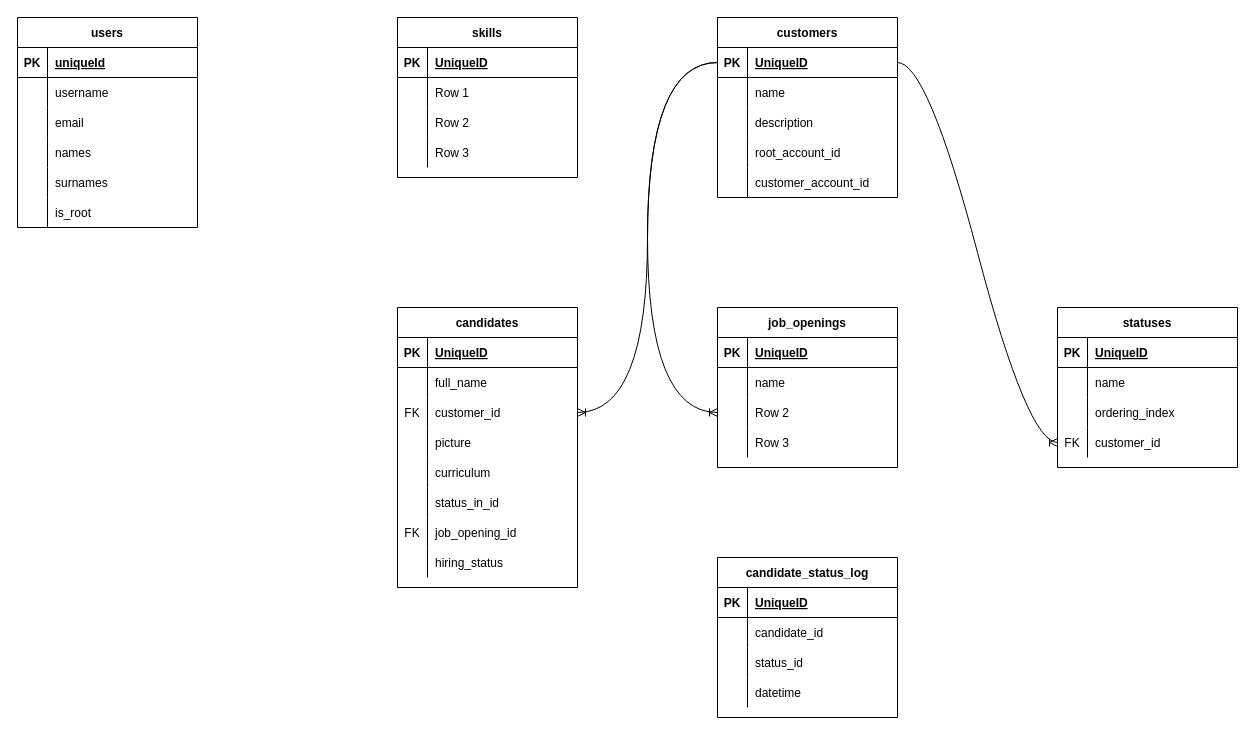
Above: Data Structure.drawio in choucoder/multi-tenant-ats (draw.io), before the change. Source tidied: cells renumbered, new cells numbered last; positions are measured from the earlier drawing's top-left corner, leaving out a move shared by most shapes. Both pictures are drawn from the tidied source at 100%, with x=0, y=0 at pixel (17, 17).
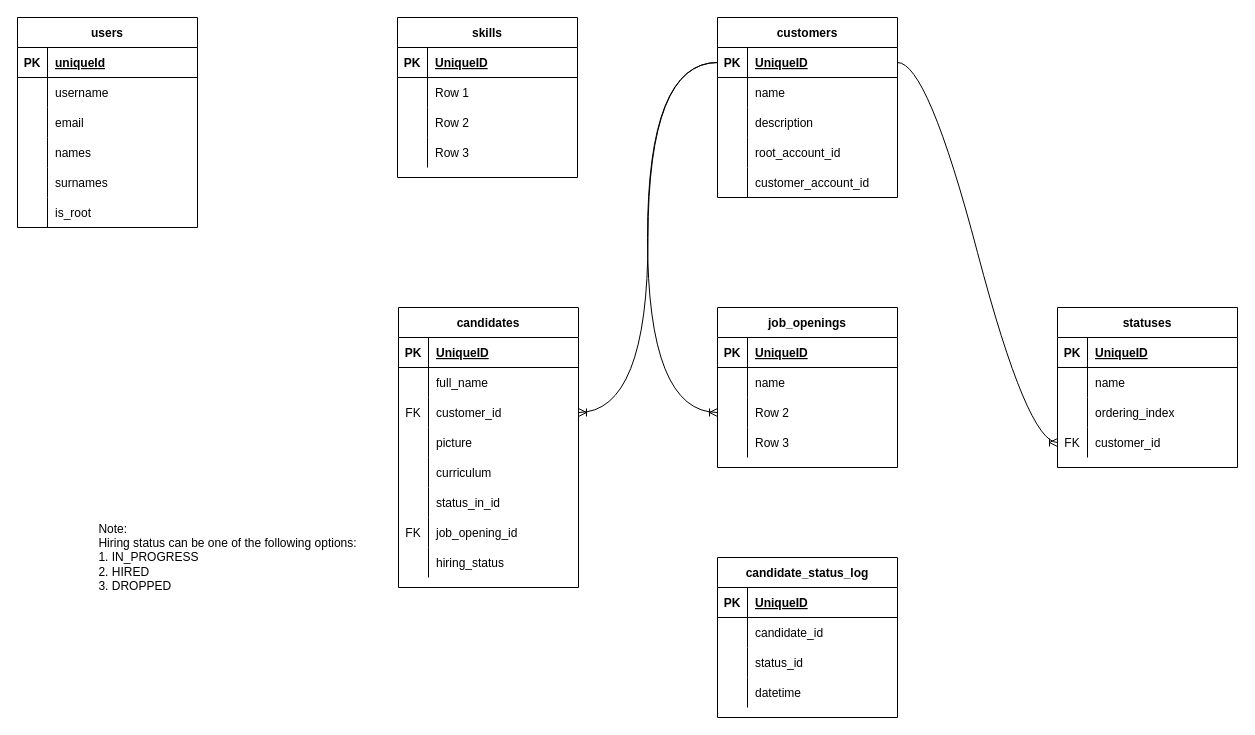
Above is the later version.

Diff of the diagram source:
```diff
@@
     <mxCell id="21" value="candidates" style="shape=table;startSize=30;childLayout=tableLayout;rowLines=0;fontStyle=1;align=center;" parent="1" vertex="1">
-      <mxGeometry x="380" y="290" width="180" height="280" as="geometry" />
+      <mxGeometry x="381" y="290" width="180" height="280" as="geometry" />
     </mxCell>
@@
+    <mxCell id="117" value="&lt;div style=&quot;text-align: left;&quot;&gt;&lt;span style=&quot;background-color: initial;&quot;&gt;Note:&lt;/span&gt;&lt;/div&gt;&lt;div style=&quot;text-align: left;&quot;&gt;&lt;span style=&quot;background-color: initial;&quot;&gt;Hiring status can be one of the following options:&lt;/span&gt;&lt;/div&gt;&lt;div style=&quot;text-align: left;&quot;&gt;&lt;span style=&quot;background-color: initial;&quot;&gt;1. IN_PROGRESS&lt;/span&gt;&lt;/div&gt;&lt;div style=&quot;text-align: left;&quot;&gt;&lt;span style=&quot;background-color: initial;&quot;&gt;2. HIRED&lt;/span&gt;&lt;/div&gt;&lt;div style=&quot;text-align: left;&quot;&gt;&lt;span style=&quot;background-color: initial;&quot;&gt;3. DROPPED&lt;/span&gt;&lt;/div&gt;" style="text;html=1;align=center;verticalAlign=middle;strokeColor=none;fillColor=none;" parent="1" vertex="1">
+      <mxGeometry x="70" y="495" width="280" height="90" as="geometry" />
+    </mxCell>
```
